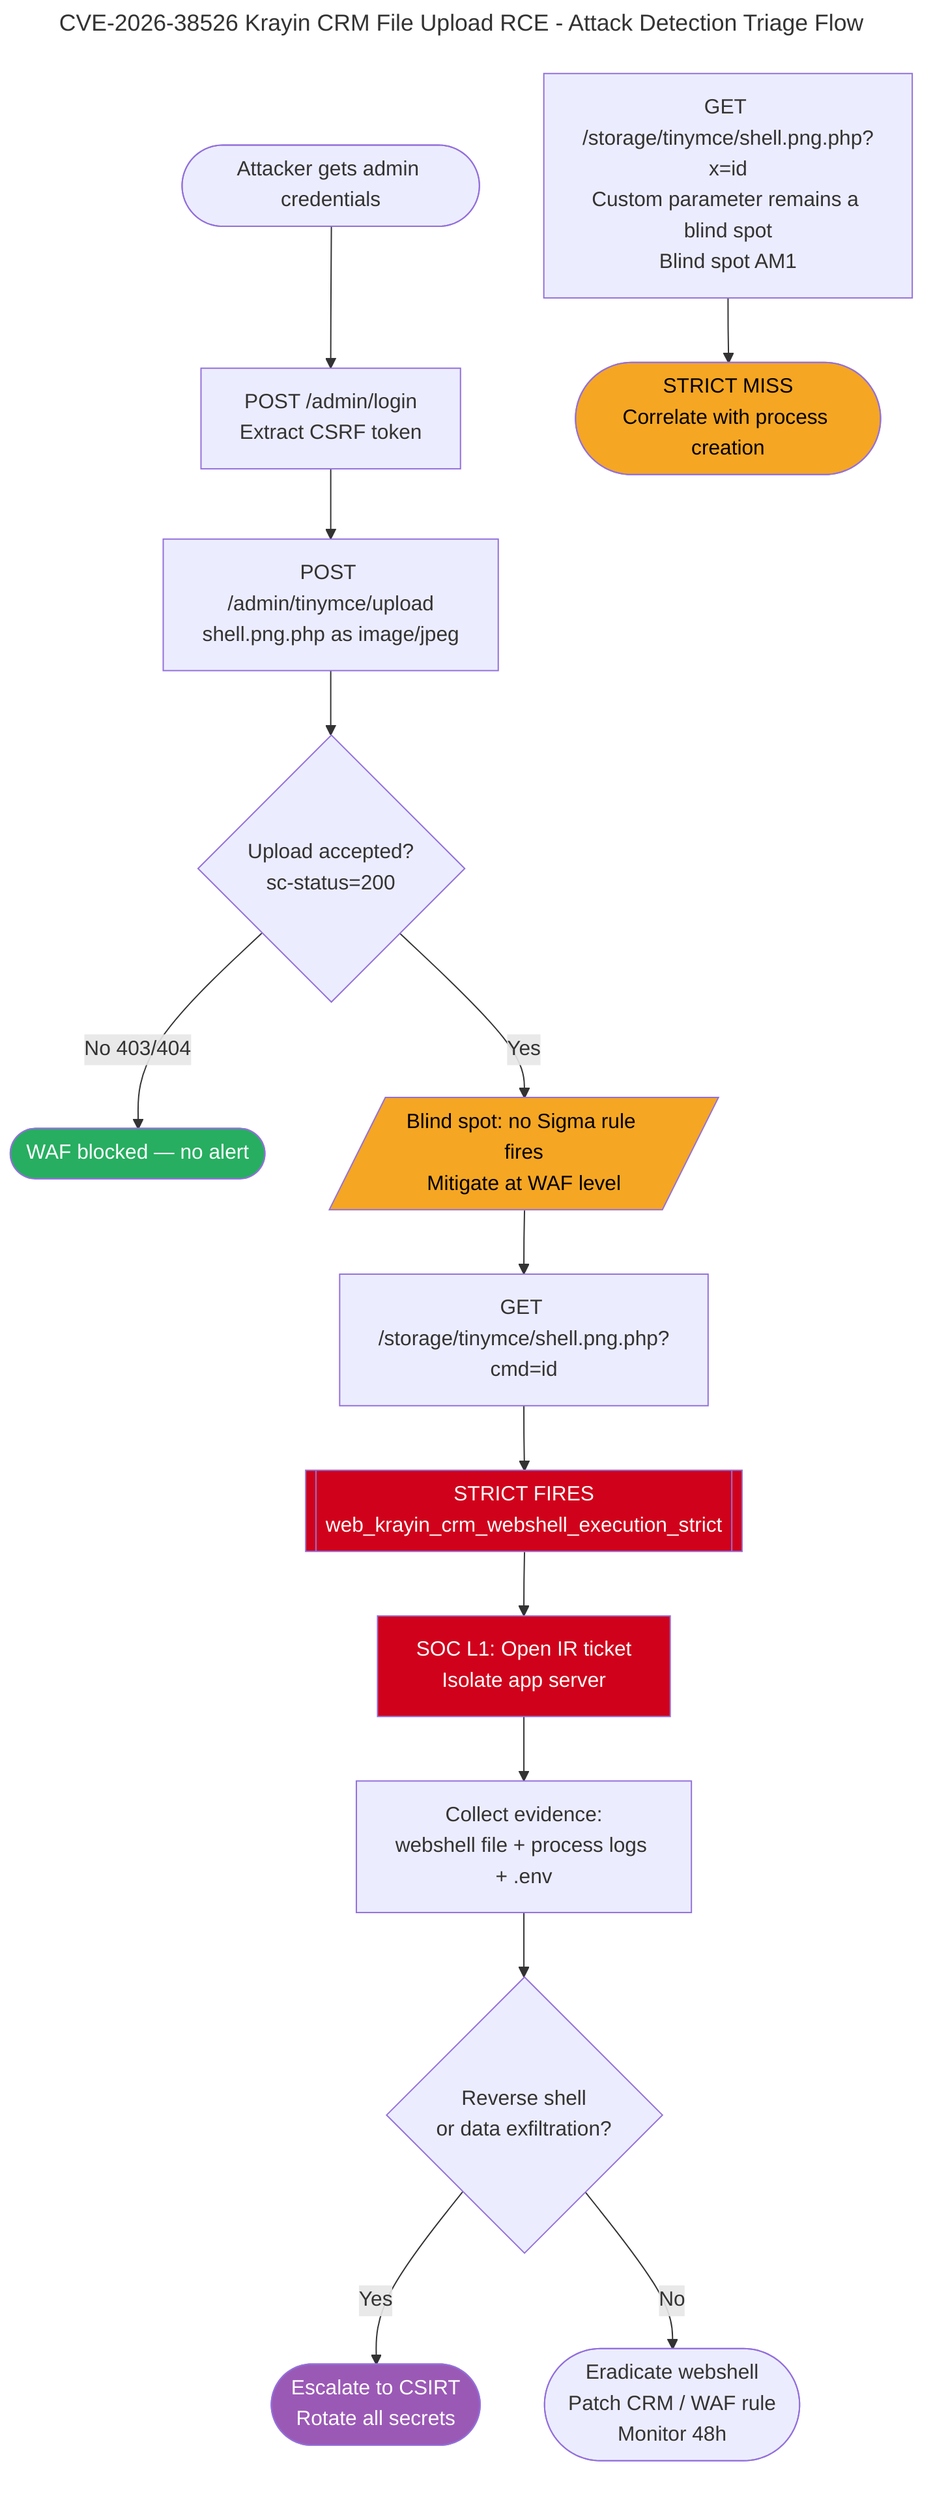
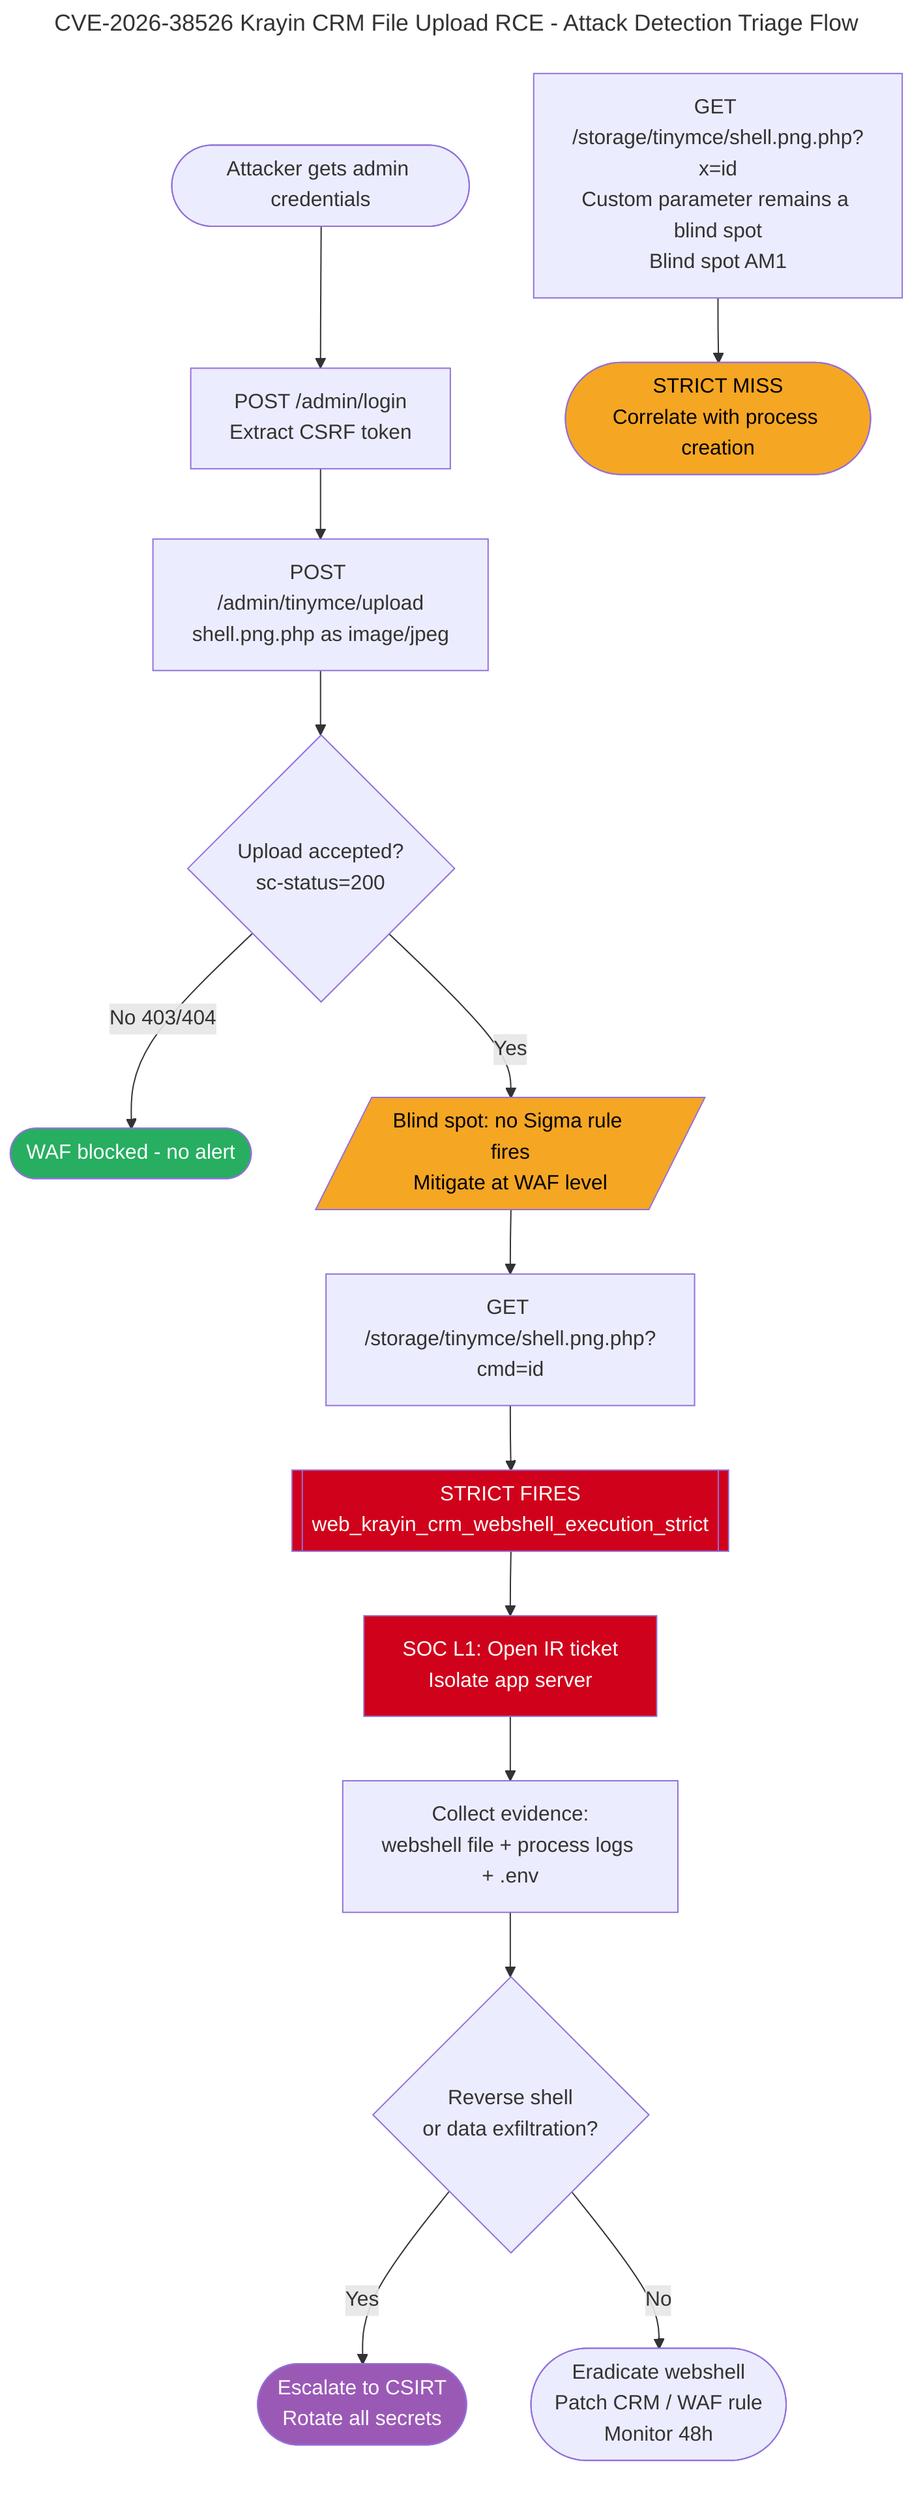
---
title: CVE-2026-38526 Krayin CRM File Upload RCE - Attack Detection Triage Flow
---
flowchart TD
    A([Attacker gets admin credentials]) --> B[POST /admin/login\nExtract CSRF token]
    B --> C[POST /admin/tinymce/upload\nshell.png.php as image/jpeg]
    C --> D{Upload accepted?\nsc-status=200}
-     D -->|No 403/404| Z1([WAF blocked — no alert])
+     D -->|No 403/404| Z1([WAF blocked - no alert])
    D -->|Yes| E[/Blind spot: no Sigma rule fires\nMitigate at WAF level/]
    E --> F[GET /storage/tinymce/shell.png.php?cmd=id]
    F --> G[[STRICT FIRES\nweb_krayin_crm_webshell_execution_strict]]
    G --> H[SOC L1: Open IR ticket\nIsolate app server]
    H --> I[Collect evidence:\nwebshell file + process logs + .env]
    I --> J{Reverse shell\nor data exfiltration?}
    J -->|Yes| K([Escalate to CSIRT\nRotate all secrets])
    J -->|No| L([Eradicate webshell\nPatch CRM / WAF rule\nMonitor 48h])

    F2[GET /storage/tinymce/shell.png.php?x=id
Custom parameter remains a blind spot\nBlind spot AM1] --> Z2([STRICT MISS\nCorrelate with process creation])

    style G fill:#d0021b,color:#fff
    style H fill:#d0021b,color:#fff
    style K fill:#9b59b6,color:#fff
    style E fill:#f5a623,color:#000
    style Z1 fill:#27ae60,color:#fff
    style Z2 fill:#f5a623,color:#000
